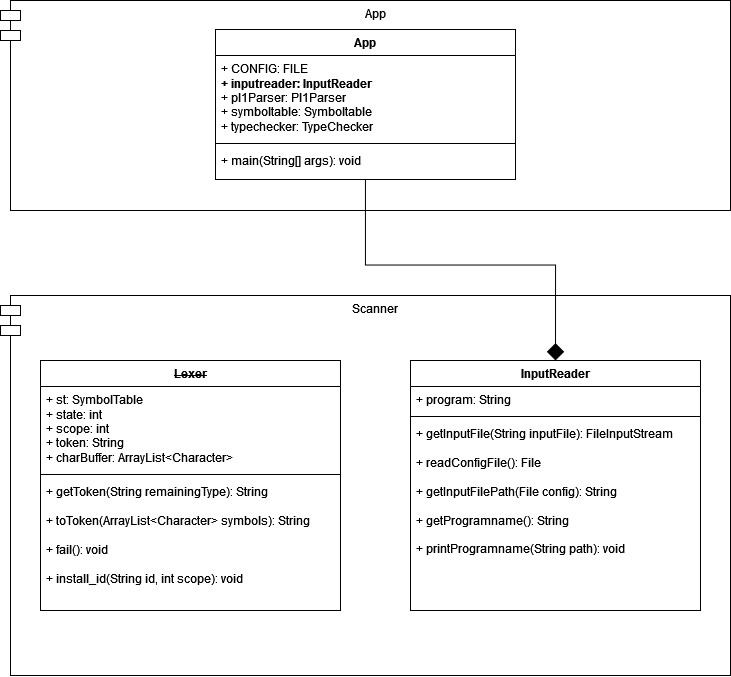
Before: assets/img/scanner-klasse-uml.drawio.png, a diagram exported from draw.io (lhahner/aspekte-formale-uebersetzung-programmiersprachen). Source tidied: cells renumbered, new cells last; positions are measured from the earlier drawing's top-left corner, leaving out a move shared by most shapes.
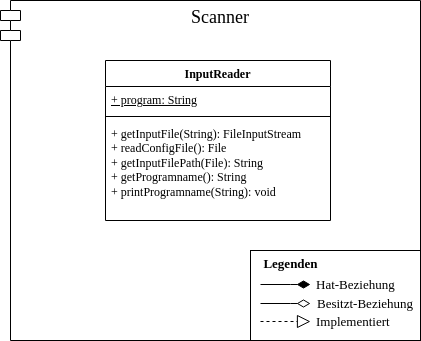
After the commit.

Diff of the diagram source:
```diff
@@ -2,50 +2,68 @@
   <root>
     <mxCell id="0" />
     <mxCell id="1" parent="0" />
-    <mxCell id="2" value="Scanner" style="shape=module;align=left;spacingLeft=20;align=center;verticalAlign=top;whiteSpace=wrap;html=1;" parent="1" vertex="1">
-      <mxGeometry y="295" width="730" height="380" as="geometry" />
+    <mxCell id="2" value="&lt;font style=&quot;font-size: 18px;&quot;&gt;Scanner&lt;/font&gt;" style="shape=module;align=left;spacingLeft=20;align=center;verticalAlign=top;whiteSpace=wrap;html=1;fontFamily=Semi Serif;" parent="1" vertex="1">
+      <mxGeometry x="-80" y="110" width="420" height="340" as="geometry" />
     </mxCell>
-    <mxCell id="3" value="&lt;strike&gt;Lexer&lt;/strike&gt;" style="swimlane;fontStyle=1;align=center;verticalAlign=top;horizontal=1;startSize=26;whiteSpace=wrap;html=1;" parent="1" vertex="1">
-      <mxGeometry x="40" y="360" width="300" height="250" as="geometry" />
-    </mxCell>
-    <mxCell id="4" value="&lt;div&gt;+ st: SymbolTable&lt;/div&gt;&lt;div&gt;+ state: int&lt;/div&gt;&lt;div&gt;+ scope: int&lt;/div&gt;&lt;div&gt;+ token: String&lt;/div&gt;&lt;div&gt;+ charBuffer: ArrayList&amp;lt;Character&amp;gt;&lt;br&gt;&lt;/div&gt;" style="text;strokeColor=none;fillColor=none;align=left;verticalAlign=top;spacingLeft=4;spacingRight=4;overflow=hidden;whiteSpace=wrap;html=1;" parent="3" vertex="1">
-      <mxGeometry y="26" width="300" height="84" as="geometry" />
-    </mxCell>
-    <mxCell id="5" style="line;strokeWidth=1;fillColor=none;align=left;verticalAlign=middle;spacingTop=-1;spacingLeft=3;spacingRight=3;labelPosition=right;strokeColor=inherit;" parent="3" vertex="1">
-      <mxGeometry y="110" width="300" height="8" as="geometry" />
-    </mxCell>
-    <mxCell id="6" value="&lt;div&gt;+ getToken(String remainingType): String&lt;/div&gt;&lt;div&gt;&lt;br&gt;&lt;/div&gt;&lt;div&gt;+ toToken(ArrayList&amp;lt;Character&amp;gt; symbols): String&lt;/div&gt;&lt;div&gt;&lt;br&gt;&lt;/div&gt;&lt;div&gt;+ fail(): void&lt;/div&gt;&lt;div&gt;&lt;br&gt;&lt;/div&gt;&lt;div&gt;+ install_id(String id, int scope): void&lt;/div&gt;&lt;div&gt;&lt;br&gt;&lt;/div&gt;" style="text;strokeColor=none;fillColor=none;align=left;verticalAlign=top;spacingLeft=4;spacingRight=4;overflow=hidden;whiteSpace=wrap;html=1;" parent="3" vertex="1">
-      <mxGeometry y="118" width="300" height="132" as="geometry" />
-    </mxCell>
-    <mxCell id="7" value="InputReader" style="swimlane;fontStyle=1;align=center;verticalAlign=top;horizontal=1;startSize=26;whiteSpace=wrap;html=1;" parent="1" vertex="1">
-      <mxGeometry x="410" y="360" width="290" height="250" as="geometry" />
+    <mxCell id="7" value="InputReader" style="swimlane;fontStyle=1;align=center;verticalAlign=top;horizontal=1;startSize=26;whiteSpace=wrap;html=1;fontFamily=Semi Serif;" parent="1" vertex="1">
+      <mxGeometry x="25" y="170" width="225" height="160" as="geometry" />
     </mxCell>
-    <mxCell id="8" value="+ program: String" style="text;strokeColor=none;fillColor=none;align=left;verticalAlign=top;spacingLeft=4;spacingRight=4;overflow=hidden;whiteSpace=wrap;html=1;" parent="7" vertex="1">
-      <mxGeometry y="26" width="290" height="26" as="geometry" />
+    <mxCell id="8" value="&lt;u&gt;+ program: String&lt;/u&gt;" style="text;strokeColor=none;fillColor=none;align=left;verticalAlign=top;spacingLeft=4;spacingRight=4;overflow=hidden;whiteSpace=wrap;html=1;fontFamily=Semi Serif;" parent="7" vertex="1">
+      <mxGeometry y="26" width="225" height="26" as="geometry" />
     </mxCell>
-    <mxCell id="9" style="line;strokeWidth=1;fillColor=none;align=left;verticalAlign=middle;spacingTop=-1;spacingLeft=3;spacingRight=3;labelPosition=right;strokeColor=inherit;" parent="7" vertex="1">
-      <mxGeometry y="52" width="290" height="8" as="geometry" />
+    <mxCell id="9" style="line;strokeWidth=1;fillColor=none;align=left;verticalAlign=middle;spacingTop=-1;spacingLeft=3;spacingRight=3;labelPosition=right;strokeColor=inherit;fontFamily=Semi Serif;" parent="7" vertex="1">
+      <mxGeometry y="52" width="225" height="8" as="geometry" />
     </mxCell>
-    <mxCell id="10" value="&lt;div&gt;+ getInputFile(String inputFile): FileInputStream&lt;/div&gt;&lt;div&gt;&lt;br&gt;&lt;/div&gt;&lt;div&gt;+ readConfigFile(): File&lt;/div&gt;&lt;div&gt;&lt;br&gt;&lt;/div&gt;&lt;div&gt;+ getInputFilePath(File config): String&lt;/div&gt;&lt;div&gt;&lt;br&gt;&lt;/div&gt;&lt;div&gt;+ getProgramname(): String &lt;br&gt;&lt;/div&gt;&lt;div&gt;&lt;br&gt;&lt;/div&gt;&lt;div&gt;+ printProgramname(String path): void&lt;/div&gt;&lt;div&gt;&lt;br&gt;&lt;/div&gt;&lt;div&gt;&lt;br&gt;&lt;/div&gt;&lt;div&gt;&lt;br&gt;&lt;/div&gt;" style="text;strokeColor=none;fillColor=none;align=left;verticalAlign=top;spacingLeft=4;spacingRight=4;overflow=hidden;whiteSpace=wrap;html=1;" parent="7" vertex="1">
-      <mxGeometry y="60" width="290" height="190" as="geometry" />
+    <mxCell id="10" value="&lt;div&gt;+ getInputFile(String): FileInputStream&lt;/div&gt;&lt;div&gt;&lt;span style=&quot;background-color: initial;&quot;&gt;+ readConfigFile(): File&lt;/span&gt;&lt;br&gt;&lt;/div&gt;&lt;div&gt;&lt;span style=&quot;background-color: initial;&quot;&gt;+ getInputFilePath(File): String&lt;/span&gt;&lt;br&gt;&lt;/div&gt;&lt;div&gt;&lt;span style=&quot;background-color: initial;&quot;&gt;+ getProgramname(): String&lt;/span&gt;&lt;br&gt;&lt;/div&gt;&lt;div&gt;&lt;span style=&quot;background-color: initial;&quot;&gt;+ printProgramname(String): void&lt;/span&gt;&lt;/div&gt;" style="text;strokeColor=none;fillColor=none;align=left;verticalAlign=top;spacingLeft=4;spacingRight=4;overflow=hidden;whiteSpace=wrap;html=1;fontFamily=Semi Serif;" parent="7" vertex="1">
+      <mxGeometry y="60" width="225" height="100" as="geometry" />
     </mxCell>
-    <mxCell id="11" value="App" style="shape=module;align=left;spacingLeft=20;align=center;verticalAlign=top;whiteSpace=wrap;html=1;" parent="1" vertex="1">
-      <mxGeometry width="730" height="210" as="geometry" />
-    </mxCell>
-    <mxCell id="12" style="edgeStyle=orthogonalEdgeStyle;rounded=0;jettySize=auto;html=1;entryX=0.5;entryY=0;entryDx=0;entryDy=0;endArrow=diamond;endFill=1;endSize=15;" parent="1" edge="1" source="13" target="7">
-      <mxGeometry relative="1" as="geometry" />
-    </mxCell>
-    <mxCell id="13" value="App" style="swimlane;fontStyle=1;align=center;verticalAlign=top;horizontal=1;startSize=26;whiteSpace=wrap;html=1;" parent="1" vertex="1">
-      <mxGeometry x="215" y="29" width="300" height="150" as="geometry" />
-    </mxCell>
-    <mxCell id="14" value="&lt;div&gt;+ CONFIG: FILE&lt;/div&gt;&lt;div&gt;&lt;b&gt;+ inputreader: InputReader&lt;/b&gt;&lt;/div&gt;&lt;div&gt;+ pl1Parser: Pl1Parser&lt;/div&gt;&lt;div&gt;+ symboltable: Symboltable&lt;/div&gt;&lt;div&gt;+ typechecker: TypeChecker&lt;br&gt;&lt;/div&gt;" style="text;strokeColor=none;fillColor=none;align=left;verticalAlign=top;spacingLeft=4;spacingRight=4;overflow=hidden;whiteSpace=wrap;html=1;" parent="13" vertex="1">
-      <mxGeometry y="26" width="300" height="84" as="geometry" />
-    </mxCell>
-    <mxCell id="15" style="line;strokeWidth=1;fillColor=none;align=left;verticalAlign=middle;spacingTop=-1;spacingLeft=3;spacingRight=3;labelPosition=right;strokeColor=inherit;" parent="13" vertex="1">
-      <mxGeometry y="110" width="300" height="8" as="geometry" />
-    </mxCell>
-    <mxCell id="16" value="+ main(String[] args): void" style="text;strokeColor=none;fillColor=none;align=left;verticalAlign=top;spacingLeft=4;spacingRight=4;overflow=hidden;whiteSpace=wrap;html=1;" parent="13" vertex="1">
-      <mxGeometry y="118" width="300" height="32" as="geometry" />
-    </mxCell>
+    <mxCell id="17" style="group;fontFamily=Semi Serif;fontSize=13;" parent="1" vertex="1">
+      <mxGeometry x="170" y="360" width="170" height="90" as="geometry" />
+    </mxCell>
+    <mxCell id="18" style="html=1;whiteSpace=wrap;fontFamily=Semi Serif;fontSize=13;" parent="17" vertex="1">
+      <mxGeometry width="170" height="90" as="geometry" />
+    </mxCell>
+    <mxCell id="19" style="edgeStyle=orthogonalEdgeStyle;rounded=0;orthogonalLoop=1;jettySize=auto;html=1;endArrow=diamondThin;endFill=1;startSize=11;endSize=11;fontFamily=Semi Serif;fontSize=13;" parent="17" edge="1">
+      <mxGeometry relative="1" as="geometry">
+        <mxPoint x="10" y="34" as="sourcePoint" />
+        <mxPoint x="60" y="34" as="targetPoint" />
+        <Array as="points">
+          <mxPoint x="40" y="34" />
+        </Array>
+      </mxGeometry>
+    </mxCell>
+    <mxCell id="20" style="edgeStyle=orthogonalEdgeStyle;rounded=0;orthogonalLoop=1;jettySize=auto;html=1;endArrow=diamondThin;endFill=0;startSize=11;endSize=11;fontFamily=Semi Serif;fontSize=13;" parent="17" edge="1">
+      <mxGeometry relative="1" as="geometry">
+        <mxPoint x="10" y="53" as="sourcePoint" />
+        <mxPoint x="60" y="53" as="targetPoint" />
+        <Array as="points">
+          <mxPoint x="40" y="53" />
+        </Array>
+      </mxGeometry>
+    </mxCell>
+    <mxCell id="21" style="edgeStyle=orthogonalEdgeStyle;rounded=0;orthogonalLoop=1;jettySize=auto;html=1;endArrow=block;endFill=0;startSize=11;endSize=11;dashed=1;fontFamily=Semi Serif;fontSize=13;" parent="17" edge="1">
+      <mxGeometry relative="1" as="geometry">
+        <mxPoint x="10" y="71" as="sourcePoint" />
+        <mxPoint x="60" y="71" as="targetPoint" />
+        <Array as="points">
+          <mxPoint x="40" y="71" />
+        </Array>
+      </mxGeometry>
+    </mxCell>
+    <mxCell id="22" value="Legenden" style="text;align=center;fontStyle=1;verticalAlign=middle;spacingLeft=3;spacingRight=3;strokeColor=none;html=1;fontFamily=Semi Serif;fontSize=13;" parent="17" vertex="1">
+      <mxGeometry width="80" height="26" as="geometry" />
+    </mxCell>
+    <mxCell id="23" style="line;strokeWidth=1;fillColor=none;align=left;verticalAlign=middle;spacingTop=-1;spacingLeft=3;spacingRight=3;labelPosition=right;strokeColor=inherit;fontFamily=Semi Serif;fontSize=13;" parent="17" vertex="1">
+      <mxGeometry y="20" width="170" height="8" as="geometry" />
+    </mxCell>
+    <mxCell id="24" value="Hat-Beziehung" style="text;strokeColor=none;fillColor=none;align=left;verticalAlign=top;spacingLeft=4;spacingRight=4;overflow=hidden;whiteSpace=wrap;html=1;fontFamily=Semi Serif;fontSize=13;" parent="17" vertex="1">
+      <mxGeometry x="60" y="20" width="100" height="26" as="geometry" />
+    </mxCell>
+    <mxCell id="25" value="Besitzt-Beziehung" style="text;strokeColor=none;fillColor=none;align=left;verticalAlign=top;spacingLeft=4;spacingRight=4;overflow=hidden;whiteSpace=wrap;html=1;fontFamily=Semi Serif;fontSize=13;" parent="17" vertex="1">
+      <mxGeometry x="61" y="39" width="109" height="26" as="geometry" />
+    </mxCell>
+    <mxCell id="26" value="Implementiert" style="text;strokeColor=none;fillColor=none;align=left;verticalAlign=top;spacingLeft=4;spacingRight=4;overflow=hidden;whiteSpace=wrap;html=1;fontFamily=Semi Serif;fontSize=13;" parent="17" vertex="1">
+      <mxGeometry x="60" y="57" width="109" height="26" as="geometry" />
+    </mxCell>
   </root>
 </mxGraphModel>
```
